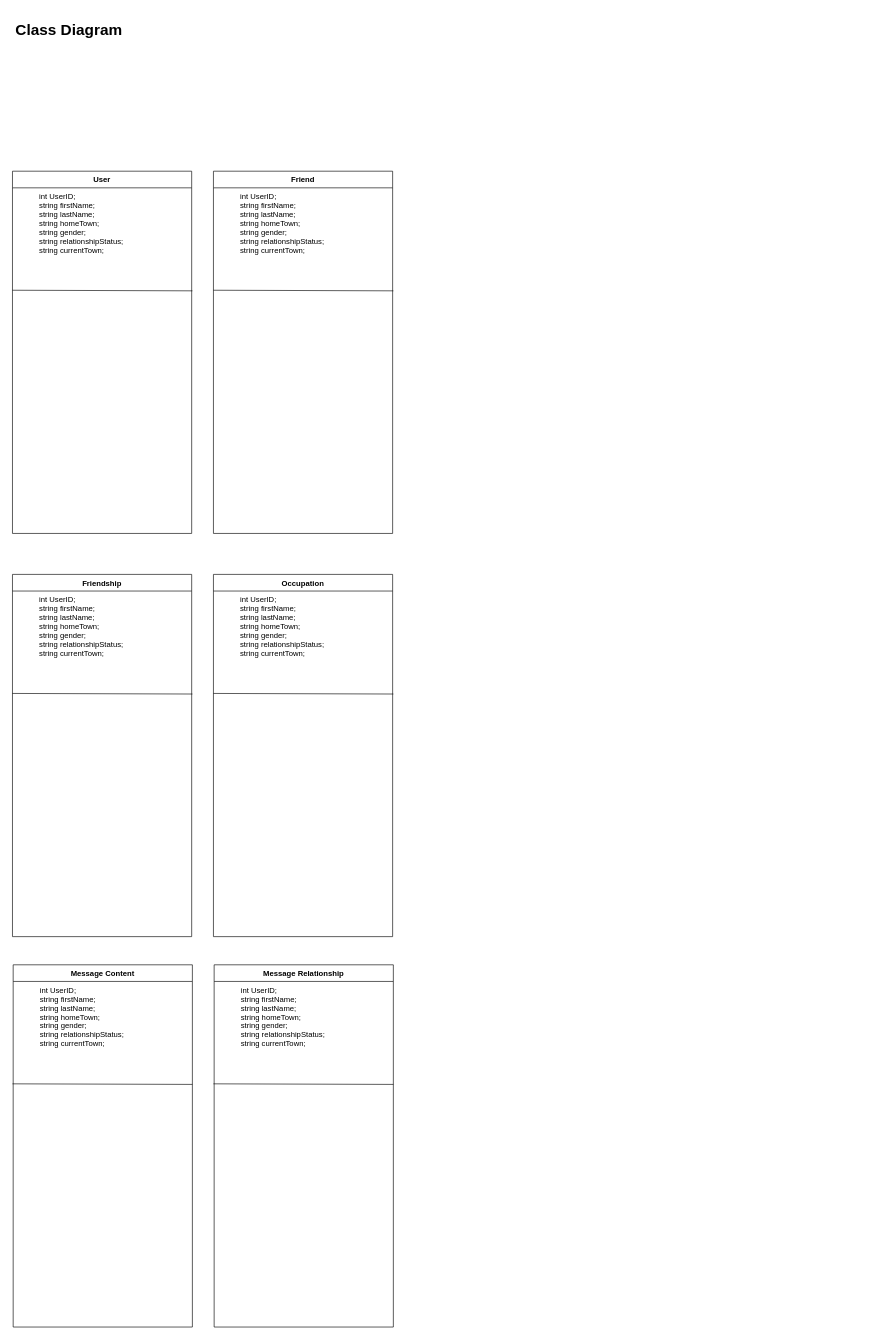
This is Class Diagram.drawio from mriley-wallace/ISAD157-A-D-Project, a draw.io file, before an edit. Source tidied: cells renumbered, new cells numbered last; positions are measured from the earlier drawing's top-left corner, leaving out a move shared by most shapes. Both pictures are drawn from the tidied source at 64%, with x=0, y=0 at pixel (12, 17).
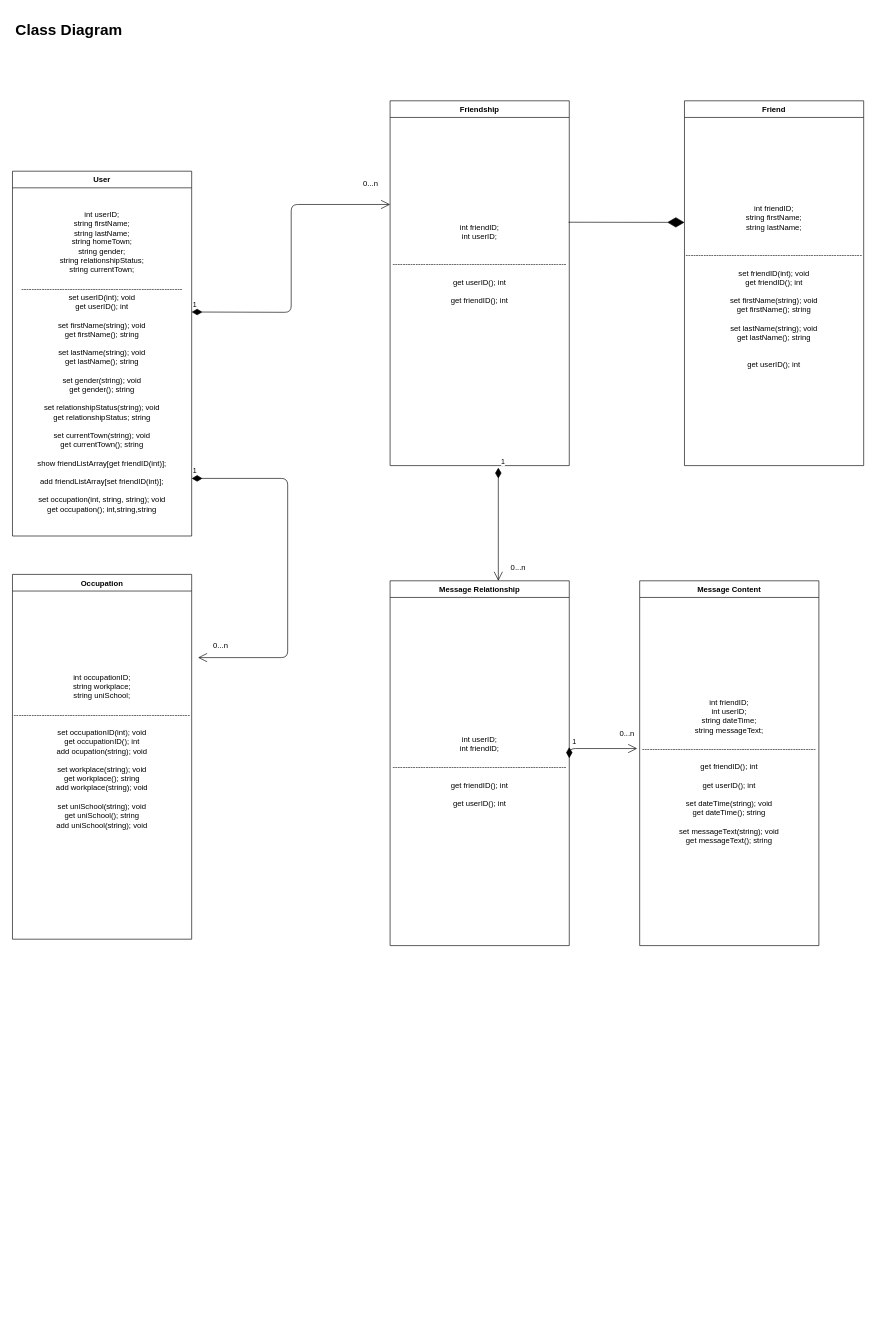
The same page after the edit.

Commit message (it also covers changes not shown here):
Update 0.3b class diagram update

big change to class diagram to make it more understandable

Diff of the diagram source:
```diff
@@
     <mxCell id="2" value="User" style="swimlane;fontStyle=1;horizontal=1;startSize=26;rounded=0;shadow=0;strokeWidth=1;" parent="1" vertex="1">
-      <mxGeometry y="240" width="280" height="566" as="geometry" />
+      <mxGeometry y="240" width="280" height="570" as="geometry" />
     </mxCell>
-    <mxCell id="3" style="endArrow=none;html=1;entryX=1.004;entryY=0.596;entryDx=0;entryDy=0;entryPerimeter=0;" parent="2" edge="1" target="4">
-      <mxGeometry relative="1" as="geometry">
-        <mxPoint y="186" as="sourcePoint" />
-      </mxGeometry>
-    </mxCell>
-    <mxCell id="4" value="int UserID;&#10;string firstName;&#10;string lastName;&#10;string homeTown;&#10;string gender;&#10;string relationshipStatus;&#10;string currentTown;" style="shape=partialRectangle;top=0;left=0;right=0;bottom=0;align=left;verticalAlign=top;fillColor=none;spacingLeft=40;spacingRight=4;overflow=hidden;points=[[0,0.5],[1,0.5]];portConstraint=eastwest;rounded=0;shadow=0;strokeWidth=1;" parent="2" vertex="1">
-      <mxGeometry y="26" width="280" height="270" as="geometry" />
-    </mxCell>
-    <mxCell id="5" style="shape=partialRectangle;top=0;left=0;right=0;bottom=0;align=left;verticalAlign=top;fillColor=none;spacingLeft=40;spacingRight=4;overflow=hidden;rounded=0;shadow=0;strokeWidth=5;" parent="2" vertex="1">
-      <mxGeometry y="296" width="280" height="270" as="geometry" />
-    </mxCell>
+    <mxCell id="27" value="int userID;&lt;br&gt;string firstName;&lt;br&gt;string lastName;&lt;br&gt;string homeTown;&lt;br&gt;string gender;&lt;br&gt;string relationshipStatus;&lt;br&gt;string currentTown;&lt;br&gt;&lt;br&gt;---------------------------------------------------------------&lt;br&gt;set userID(int); void&lt;br&gt;get userID(); int&lt;br&gt;&lt;br&gt;set firstName(string); void&lt;br&gt;get firstName(); string&lt;br&gt;&lt;br&gt;set lastName(string); void&lt;br&gt;get lastName(); string&lt;br&gt;&lt;br&gt;set gender(string); void&lt;br&gt;get gender(); string&lt;br&gt;&lt;br&gt;set relationshipStatus(string); void&lt;br&gt;get relationshipStatus; string&lt;br&gt;&lt;br&gt;set currentTown(string); void&lt;br&gt;get currentTown(); string&lt;br&gt;&lt;br&gt;show friendListArray[get friendID(int)];&lt;br&gt;&lt;br&gt;add friendListArray[set friendID(int)];&lt;br&gt;&lt;br&gt;set occupation(int, string, string); void&lt;br&gt;get occupation(); int,string,string" style="text;html=1;strokeColor=none;fillColor=none;align=center;verticalAlign=middle;whiteSpace=wrap;rounded=0;" parent="2" vertex="1">
+      <mxGeometry y="26" width="280" height="544" as="geometry" />
+    </mxCell>
+    <mxCell id="14" value="&lt;h1&gt;Class Diagram&lt;/h1&gt;" style="text;html=1;strokeColor=none;fillColor=none;spacing=5;spacingTop=-20;whiteSpace=wrap;overflow=hidden;rounded=0;" parent="1" vertex="1">
+      <mxGeometry width="190" height="120" as="geometry" />
+    </mxCell>
     <mxCell id="6" value="Friend" style="swimlane;fontStyle=1;horizontal=1;startSize=26;rounded=0;shadow=0;strokeWidth=1;" parent="1" vertex="1">
-      <mxGeometry x="314" y="240" width="280" height="566" as="geometry" />
+      <mxGeometry x="1050" y="130" width="280" height="570" as="geometry" />
     </mxCell>
-    <mxCell id="7" style="endArrow=none;html=1;entryX=1.004;entryY=0.596;entryDx=0;entryDy=0;entryPerimeter=0;" parent="6" edge="1" target="8">
-      <mxGeometry relative="1" as="geometry">
-        <mxPoint y="186" as="sourcePoint" />
-      </mxGeometry>
-    </mxCell>
-    <mxCell id="8" value="int UserID;&#10;string firstName;&#10;string lastName;&#10;string homeTown;&#10;string gender;&#10;string relationshipStatus;&#10;string currentTown;" style="shape=partialRectangle;top=0;left=0;right=0;bottom=0;align=left;verticalAlign=top;fillColor=none;spacingLeft=40;spacingRight=4;overflow=hidden;points=[[0,0.5],[1,0.5]];portConstraint=eastwest;rounded=0;shadow=0;strokeWidth=1;" parent="6" vertex="1">
-      <mxGeometry y="26" width="280" height="270" as="geometry" />
-    </mxCell>
-    <mxCell id="9" style="shape=partialRectangle;top=0;left=0;right=0;bottom=0;align=left;verticalAlign=top;fillColor=none;spacingLeft=40;spacingRight=4;overflow=hidden;rounded=0;shadow=0;strokeWidth=5;" parent="6" vertex="1">
-      <mxGeometry y="296" width="280" height="270" as="geometry" />
-    </mxCell>
+    <mxCell id="28" value="int friendID;&lt;br&gt;string firstName;&lt;br&gt;string lastName;&lt;br&gt;&lt;br&gt;&lt;br&gt;---------------------------------------------------------------------&lt;br&gt;&lt;br&gt;set friendID(int); void&lt;br&gt;get friendID(); int&lt;br&gt;&lt;br&gt;set firstName(string); void&lt;br&gt;get firstName(); string&lt;br&gt;&lt;br&gt;set lastName(string); void&lt;br&gt;get lastName(); string&lt;br&gt;&lt;br&gt;&lt;br&gt;get userID(); int&lt;br&gt;&lt;br&gt;" style="text;html=1;strokeColor=none;fillColor=none;align=center;verticalAlign=middle;whiteSpace=wrap;rounded=0;" parent="6" vertex="1">
+      <mxGeometry y="26" width="280" height="544" as="geometry" />
+    </mxCell>
     <mxCell id="10" value="Friendship" style="swimlane;fontStyle=1;horizontal=1;startSize=26;rounded=0;shadow=0;strokeWidth=1;" parent="1" vertex="1">
-      <mxGeometry y="870" width="280" height="566" as="geometry" />
+      <mxGeometry x="590" y="130" width="280" height="570" as="geometry" />
     </mxCell>
-    <mxCell id="11" style="endArrow=none;html=1;entryX=1.004;entryY=0.596;entryDx=0;entryDy=0;entryPerimeter=0;" parent="10" edge="1" target="12">
-      <mxGeometry relative="1" as="geometry">
-        <mxPoint y="186" as="sourcePoint" />
-      </mxGeometry>
-    </mxCell>
-    <mxCell id="12" value="int UserID;&#10;string firstName;&#10;string lastName;&#10;string homeTown;&#10;string gender;&#10;string relationshipStatus;&#10;string currentTown;" style="shape=partialRectangle;top=0;left=0;right=0;bottom=0;align=left;verticalAlign=top;fillColor=none;spacingLeft=40;spacingRight=4;overflow=hidden;points=[[0,0.5],[1,0.5]];portConstraint=eastwest;rounded=0;shadow=0;strokeWidth=1;" parent="10" vertex="1">
-      <mxGeometry y="26" width="280" height="270" as="geometry" />
-    </mxCell>
-    <mxCell id="13" style="shape=partialRectangle;top=0;left=0;right=0;bottom=0;align=left;verticalAlign=top;fillColor=none;spacingLeft=40;spacingRight=4;overflow=hidden;rounded=0;shadow=0;strokeWidth=5;" parent="10" vertex="1">
-      <mxGeometry y="296" width="280" height="270" as="geometry" />
-    </mxCell>
-    <mxCell id="14" value="&lt;h1&gt;Class Diagram&lt;/h1&gt;" style="text;html=1;strokeColor=none;fillColor=none;spacing=5;spacingTop=-20;whiteSpace=wrap;overflow=hidden;rounded=0;" parent="1" vertex="1">
-      <mxGeometry width="190" height="120" as="geometry" />
-    </mxCell>
+    <mxCell id="29" value="int friendID;&lt;br&gt;int userID;&lt;br&gt;&lt;br&gt;&lt;br&gt;--------------------------------------------------------------------&lt;br&gt;&lt;br&gt;get userID(); int&lt;br&gt;&lt;br&gt;get friendID(); int&lt;br&gt;&lt;br&gt;&lt;br&gt;&lt;br&gt;&lt;br&gt;&lt;br&gt;&lt;br&gt;" style="text;html=1;strokeColor=none;fillColor=none;align=center;verticalAlign=middle;whiteSpace=wrap;rounded=0;" parent="10" vertex="1">
+      <mxGeometry y="26" width="280" height="544" as="geometry" />
+    </mxCell>
     <mxCell id="15" value="Occupation" style="swimlane;fontStyle=1;horizontal=1;startSize=26;rounded=0;shadow=0;strokeWidth=1;" parent="1" vertex="1">
-      <mxGeometry x="314" y="870" width="280" height="566" as="geometry" />
+      <mxGeometry y="870" width="280" height="570" as="geometry" />
     </mxCell>
-    <mxCell id="16" style="endArrow=none;html=1;entryX=1.004;entryY=0.596;entryDx=0;entryDy=0;entryPerimeter=0;" parent="15" edge="1" target="17">
-      <mxGeometry relative="1" as="geometry">
-        <mxPoint y="186" as="sourcePoint" />
-      </mxGeometry>
-    </mxCell>
-    <mxCell id="17" value="int UserID;&#10;string firstName;&#10;string lastName;&#10;string homeTown;&#10;string gender;&#10;string relationshipStatus;&#10;string currentTown;" style="shape=partialRectangle;top=0;left=0;right=0;bottom=0;align=left;verticalAlign=top;fillColor=none;spacingLeft=40;spacingRight=4;overflow=hidden;points=[[0,0.5],[1,0.5]];portConstraint=eastwest;rounded=0;shadow=0;strokeWidth=1;" parent="15" vertex="1">
-      <mxGeometry y="26" width="280" height="270" as="geometry" />
-    </mxCell>
-    <mxCell id="18" style="shape=partialRectangle;top=0;left=0;right=0;bottom=0;align=left;verticalAlign=top;fillColor=none;spacingLeft=40;spacingRight=4;overflow=hidden;rounded=0;shadow=0;strokeWidth=5;" parent="15" vertex="1">
-      <mxGeometry y="296" width="280" height="270" as="geometry" />
-    </mxCell>
+    <mxCell id="30" value="int occupationID;&lt;br&gt;string workplace;&lt;br&gt;string uniSchool;&lt;br&gt;&lt;br&gt;---------------------------------------------------------------------&lt;br&gt;&lt;br&gt;set occupationID(int); void&lt;br&gt;get occupationID(); int&lt;br&gt;add ocupation(string); void&lt;br&gt;&lt;br&gt;set workplace(string); void&lt;br&gt;get workplace(); string&lt;br&gt;add workplace(string); void&lt;br&gt;&lt;br&gt;set uniSchool(string); void&lt;br&gt;get uniSchool(); string&lt;br&gt;add uniSchool(string); void&lt;br&gt;&lt;br&gt;&lt;br&gt;&lt;br&gt;" style="text;html=1;strokeColor=none;fillColor=none;align=center;verticalAlign=middle;whiteSpace=wrap;rounded=0;" parent="15" vertex="1">
+      <mxGeometry y="26" width="280" height="544" as="geometry" />
+    </mxCell>
+    <mxCell id="23" value="Message Relationship" style="swimlane;fontStyle=1;horizontal=1;startSize=26;rounded=0;shadow=0;strokeWidth=1;" parent="1" vertex="1">
+      <mxGeometry x="590" y="880" width="280" height="570" as="geometry" />
+    </mxCell>
+    <mxCell id="31" value="int userID;&lt;br&gt;int friendID;&lt;br&gt;&lt;br&gt;--------------------------------------------------------------------&lt;br&gt;&lt;br&gt;get friendID(); int&lt;br&gt;&lt;br&gt;get userID(); int" style="text;html=1;strokeColor=none;fillColor=none;align=center;verticalAlign=middle;whiteSpace=wrap;rounded=0;" parent="23" vertex="1">
+      <mxGeometry y="26" width="280" height="544" as="geometry" />
+    </mxCell>
     <mxCell id="19" value="Message Content" style="swimlane;fontStyle=1;horizontal=1;startSize=26;rounded=0;shadow=0;strokeWidth=1;" parent="1" vertex="1">
-      <mxGeometry x="1.1" y="1480" width="280" height="566" as="geometry" />
+      <mxGeometry x="980" y="880" width="280" height="570" as="geometry" />
     </mxCell>
-    <mxCell id="20" value="int UserID;&#10;string firstName;&#10;string lastName;&#10;string homeTown;&#10;string gender;&#10;string relationshipStatus;&#10;string currentTown;" style="shape=partialRectangle;top=0;left=0;right=0;bottom=0;align=left;verticalAlign=top;fillColor=none;spacingLeft=40;spacingRight=4;overflow=hidden;rounded=0;shadow=0;strokeWidth=1;" parent="19" vertex="1">
-      <mxGeometry y="26" width="280" height="270" as="geometry" />
-    </mxCell>
-    <mxCell id="21" style="endArrow=none;html=1;entryX=1.004;entryY=0.596;entryDx=0;entryDy=0;entryPerimeter=0;" parent="19" edge="1">
-      <mxGeometry relative="1" as="geometry">
-        <mxPoint x="-1.1" y="186" as="sourcePoint" />
-        <mxPoint x="280" y="186.9" as="targetPoint" />
-      </mxGeometry>
-    </mxCell>
-    <mxCell id="22" style="shape=partialRectangle;top=0;left=0;right=0;bottom=0;align=left;verticalAlign=top;fillColor=none;spacingLeft=40;spacingRight=4;overflow=hidden;rounded=0;shadow=0;strokeWidth=5;" parent="19" vertex="1">
-      <mxGeometry y="296" width="280" height="270" as="geometry" />
-    </mxCell>
-    <mxCell id="23" value="Message Relationship" style="swimlane;fontStyle=1;horizontal=1;startSize=26;rounded=0;shadow=0;strokeWidth=1;" parent="1" vertex="1">
-      <mxGeometry x="315.1" y="1480" width="280" height="566" as="geometry" />
-    </mxCell>
-    <mxCell id="24" value="int UserID;&#10;string firstName;&#10;string lastName;&#10;string homeTown;&#10;string gender;&#10;string relationshipStatus;&#10;string currentTown;" style="shape=partialRectangle;top=0;left=0;right=0;bottom=0;align=left;verticalAlign=top;fillColor=none;spacingLeft=40;spacingRight=4;overflow=hidden;rounded=0;shadow=0;strokeWidth=1;" parent="23" vertex="1">
-      <mxGeometry y="26" width="280" height="270" as="geometry" />
-    </mxCell>
-    <mxCell id="25" style="endArrow=none;html=1;entryX=1.004;entryY=0.596;entryDx=0;entryDy=0;entryPerimeter=0;" parent="23" edge="1">
-      <mxGeometry relative="1" as="geometry">
-        <mxPoint x="-1.1" y="186" as="sourcePoint" />
-        <mxPoint x="280" y="186.9" as="targetPoint" />
-      </mxGeometry>
-    </mxCell>
-    <mxCell id="26" style="shape=partialRectangle;top=0;left=0;right=0;bottom=0;align=left;verticalAlign=top;fillColor=none;spacingLeft=40;spacingRight=4;overflow=hidden;rounded=0;shadow=0;strokeWidth=5;" parent="23" vertex="1">
-      <mxGeometry y="296" width="280" height="270" as="geometry" />
-    </mxCell>
+    <mxCell id="32" value="1" style="endArrow=open;html=1;endSize=12;startArrow=diamondThin;startSize=14;startFill=1;edgeStyle=orthogonalEdgeStyle;align=left;verticalAlign=bottom;entryX=-0.014;entryY=0.434;entryDx=0;entryDy=0;entryPerimeter=0;" parent="19" edge="1" target="33">
+      <mxGeometry x="-1" y="3" relative="1" as="geometry">
+        <mxPoint x="-110" y="260" as="sourcePoint" />
+        <Array as="points">
+          <mxPoint x="-110" y="262" />
+        </Array>
+      </mxGeometry>
+    </mxCell>
+    <mxCell id="33" value="int friendID;&lt;br&gt;int userID;&lt;br&gt;string dateTime;&lt;br&gt;string messageText;&lt;br&gt;&lt;br&gt;--------------------------------------------------------------------&lt;br&gt;&lt;br&gt;get friendID(); int&lt;br&gt;&lt;br&gt;get userID(); int&lt;br&gt;&lt;br&gt;set dateTime(string); void&lt;br&gt;get dateTime(); string&lt;br&gt;&lt;br&gt;set messageText(string); void&lt;br&gt;get messageText(); string" style="text;html=1;strokeColor=none;fillColor=none;align=center;verticalAlign=middle;whiteSpace=wrap;rounded=0;" parent="19" vertex="1">
+      <mxGeometry y="26" width="280" height="544" as="geometry" />
+    </mxCell>
+    <mxCell id="34" value="1" style="endArrow=open;html=1;endSize=12;startArrow=diamondThin;startSize=14;startFill=1;edgeStyle=orthogonalEdgeStyle;align=left;verticalAlign=bottom;entryX=0;entryY=0.25;entryDx=0;entryDy=0;" parent="1" edge="1" target="29">
+      <mxGeometry x="-1" y="3" relative="1" as="geometry">
+        <mxPoint x="280" y="460" as="sourcePoint" />
+      </mxGeometry>
+    </mxCell>
+    <mxCell id="35" value="1" style="endArrow=open;html=1;endSize=12;startArrow=diamondThin;startSize=14;startFill=1;edgeStyle=orthogonalEdgeStyle;align=left;verticalAlign=bottom;" parent="1" edge="1">
+      <mxGeometry x="-1" y="3" relative="1" as="geometry">
+        <mxPoint x="280" y="720" as="sourcePoint" />
+        <mxPoint x="290" y="1000" as="targetPoint" />
+        <Array as="points">
+          <mxPoint x="430" y="720" />
+        </Array>
+      </mxGeometry>
+    </mxCell>
+    <mxCell id="36" value="1" style="endArrow=open;html=1;endSize=12;startArrow=diamondThin;startSize=14;startFill=1;edgeStyle=orthogonalEdgeStyle;align=left;verticalAlign=bottom;exitX=0.604;exitY=1.006;exitDx=0;exitDy=0;exitPerimeter=0;entryX=0.604;entryY=0;entryDx=0;entryDy=0;entryPerimeter=0;" parent="1" edge="1" source="29" target="23">
+      <mxGeometry x="-1" y="3" relative="1" as="geometry" />
+    </mxCell>
+    <mxCell id="37" style="endArrow=diamondThin;endFill=1;endSize=24;html=1;exitX=0.996;exitY=0.301;exitDx=0;exitDy=0;exitPerimeter=0;" parent="1" edge="1" source="29">
+      <mxGeometry relative="1" as="geometry">
+        <mxPoint x="1050" y="320" as="targetPoint" />
+      </mxGeometry>
+    </mxCell>
+    <mxCell id="38" value="0...n" style="text;html=1;strokeColor=none;fillColor=none;align=center;verticalAlign=middle;whiteSpace=wrap;rounded=0;" parent="1" vertex="1">
+      <mxGeometry x="540" y="250" width="40" height="20" as="geometry" />
+    </mxCell>
+    <mxCell id="39" value="&lt;span style=&quot;white-space: normal&quot;&gt;0...n&lt;/span&gt;" style="text;html=1;align=center;verticalAlign=middle;" parent="1" vertex="1">
+      <mxGeometry x="305" y="972" width="40" height="20" as="geometry" />
+    </mxCell>
+    <mxCell id="40" value="&lt;span style=&quot;white-space: normal&quot;&gt;0...n&lt;/span&gt;" style="text;html=1;align=center;verticalAlign=middle;" parent="1" vertex="1">
+      <mxGeometry x="770" y="850" width="40" height="20" as="geometry" />
+    </mxCell>
+    <mxCell id="41" value="&lt;span style=&quot;white-space: normal&quot;&gt;0...n&lt;/span&gt;" style="text;html=1;align=center;verticalAlign=middle;" parent="1" vertex="1">
+      <mxGeometry x="940" y="1109" width="40" height="20" as="geometry" />
+    </mxCell>
```
